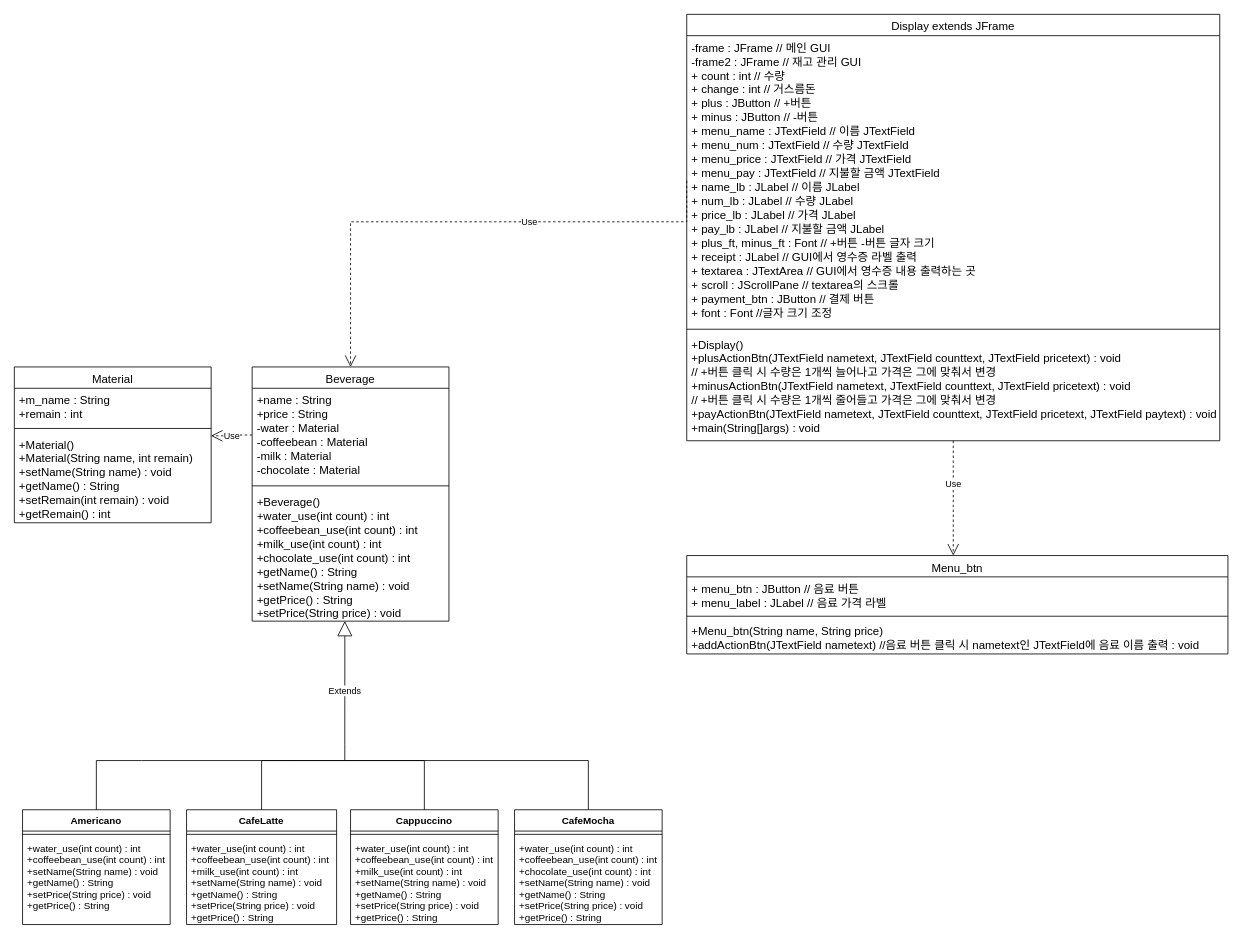
The draw.io diagram Untitled Diagram.drawio in ans2568/Messenger, before the edit. Source tidied: cells renumbered, new cells numbered last; positions are measured from the earlier drawing's top-left corner, leaving out a move shared by most shapes. Both pictures are drawn from the tidied source at 82%, with x=0, y=0 at pixel (14, 14).
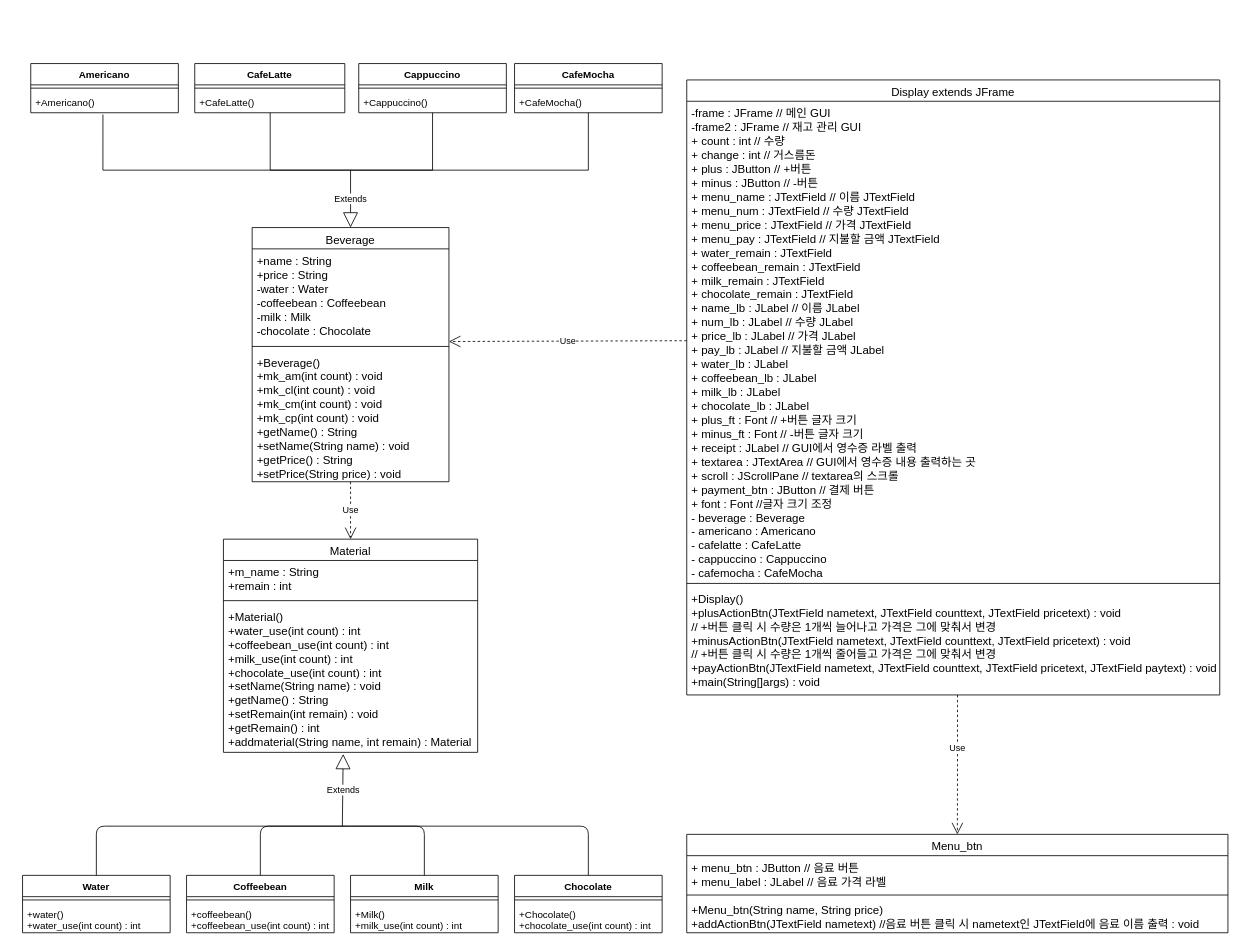
The same page after the edit.

The edit, as a diff of the source:
```diff
@@
     <mxCell id="2" value="Beverage" style="swimlane;fontStyle=0;align=center;verticalAlign=top;horizontal=1;startSize=26;rounded=0;shadow=0;strokeWidth=1;fontSize=14;" parent="1" vertex="1">
-      <mxGeometry x="290" y="430" width="240" height="310" as="geometry" />
+      <mxGeometry x="290" y="260" width="240" height="310" as="geometry" />
     </mxCell>
-    <mxCell id="3" value="+name : String&#10;+price : String&#10;-water : Material&#10;-coffeebean : Material&#10;-milk : Material&#10;-chocolate : Material" style="text;align=left;verticalAlign=top;spacingLeft=4;spacingRight=4;overflow=hidden;points=[[0,0.5],[1,0.5]];portConstraint=eastwest;fontSize=14;" parent="2" vertex="1">
+    <mxCell id="3" value="+name : String&#10;+price : String&#10;-water : Water&#10;-coffeebean : Coffeebean&#10;-milk : Milk&#10;-chocolate : Chocolate" style="text;align=left;verticalAlign=top;spacingLeft=4;spacingRight=4;overflow=hidden;points=[[0,0.5],[1,0.5]];portConstraint=eastwest;fontSize=14;" parent="2" vertex="1">
       <mxGeometry y="26" width="240" height="114" as="geometry" />
     </mxCell>
@@
-    <mxCell id="5" value="+Beverage()&#10;+water_use(int count) : int&#10;+coffeebean_use(int count) : int&#10;+milk_use(int count) : int&#10;+chocolate_use(int count) : int&#10;+getName() : String&#10;+setName(String name) : void&#10;+getPrice() : String&#10;+setPrice(String price) : void" style="text;align=left;verticalAlign=top;spacingLeft=4;spacingRight=4;overflow=hidden;points=[[0,0.5],[1,0.5]];portConstraint=eastwest;fontSize=14;" parent="2" vertex="1">
+    <mxCell id="5" value="+Beverage()&#10;+mk_am(int count) : void&#10;+mk_cl(int count) : void&#10;+mk_cm(int count) : void&#10;+mk_cp(int count) : void&#10;+getName() : String&#10;+setName(String name) : void&#10;+getPrice() : String&#10;+setPrice(String price) : void" style="text;align=left;verticalAlign=top;spacingLeft=4;spacingRight=4;overflow=hidden;points=[[0,0.5],[1,0.5]];portConstraint=eastwest;fontSize=14;" parent="2" vertex="1">
       <mxGeometry y="150" width="240" height="160" as="geometry" />
     </mxCell>
     <mxCell id="6" value="Display extends JFrame" style="swimlane;fontStyle=0;align=center;verticalAlign=top;horizontal=1;startSize=26;rounded=0;shadow=0;strokeWidth=1;fontSize=14;" parent="1" vertex="1">
-      <mxGeometry x="820" width="650" height="520" as="geometry" />
+      <mxGeometry x="820" y="80" width="650" height="750" as="geometry" />
     </mxCell>
-    <mxCell id="7" value="-frame : JFrame // 메인 GUI&#10;-frame2 : JFrame // 재고 관리 GUI&#10;+ count : int // 수량&#10;+ change : int // 거스름돈&#10;+ plus : JButton // +버튼&#10;+ minus : JButton // -버튼&#10;+ menu_name : JTextField // 이름 JTextField&#10;+ menu_num : JTextField // 수량 JTextField&#10;+ menu_price : JTextField // 가격 JTextField&#10;+ menu_pay : JTextField // 지불할 금액 JTextField&#10;+ name_lb : JLabel // 이름 JLabel&#10;+ num_lb : JLabel // 수량 JLabel&#10;+ price_lb : JLabel // 가격 JLabel&#10;+ pay_lb : JLabel // 지불할 금액 JLabel&#10;+ plus_ft, minus_ft : Font // +버튼 -버튼 글자 크기&#10;+ receipt : JLabel // GUI에서 영수증 라벨 출력&#10;+ textarea : JTextArea // GUI에서 영수증 내용 출력하는 곳&#10;+ scroll : JScrollPane // textarea의 스크롤&#10;+ payment_btn : JButton // 결제 버튼&#10;+ font : Font //글자 크기 조정" style="text;align=left;verticalAlign=top;spacingLeft=4;spacingRight=4;overflow=hidden;points=[[0,0.5],[1,0.5]];portConstraint=eastwest;fontSize=14;" parent="6" vertex="1">
-      <mxGeometry y="26" width="650" height="354" as="geometry" />
+    <mxCell id="7" value="-frame : JFrame // 메인 GUI&#10;-frame2 : JFrame // 재고 관리 GUI&#10;+ count : int // 수량&#10;+ change : int // 거스름돈&#10;+ plus : JButton // +버튼&#10;+ minus : JButton // -버튼&#10;+ menu_name : JTextField // 이름 JTextField&#10;+ menu_num : JTextField // 수량 JTextField&#10;+ menu_price : JTextField // 가격 JTextField&#10;+ menu_pay : JTextField // 지불할 금액 JTextField&#10;+ water_remain : JTextField&#10;+ coffeebean_remain : JTextField&#10;+ milk_remain : JTextField&#10;+ chocolate_remain : JTextField&#10;+ name_lb : JLabel // 이름 JLabel&#10;+ num_lb : JLabel // 수량 JLabel&#10;+ price_lb : JLabel // 가격 JLabel&#10;+ pay_lb : JLabel // 지불할 금액 JLabel&#10;+ water_lb : JLabel&#10;+ coffeebean_lb : JLabel&#10;+ milk_lb : JLabel&#10;+ chocolate_lb : JLabel&#10;+ plus_ft : Font // +버튼 글자 크기&#10;+ minus_ft : Font // -버튼 글자 크기&#10;+ receipt : JLabel // GUI에서 영수증 라벨 출력&#10;+ textarea : JTextArea // GUI에서 영수증 내용 출력하는 곳&#10;+ scroll : JScrollPane // textarea의 스크롤&#10;+ payment_btn : JButton // 결제 버튼&#10;+ font : Font //글자 크기 조정&#10;- beverage : Beverage&#10;- americano : Americano&#10;- cafelatte : CafeLatte&#10;- cappuccino : Cappuccino&#10;- cafemocha : CafeMocha" style="text;align=left;verticalAlign=top;spacingLeft=4;spacingRight=4;overflow=hidden;points=[[0,0.5],[1,0.5]];portConstraint=eastwest;fontSize=14;" parent="6" vertex="1">
+      <mxGeometry y="26" width="650" height="584" as="geometry" />
     </mxCell>
     <mxCell id="8" style="line;html=1;strokeWidth=1;align=left;verticalAlign=middle;spacingTop=-1;spacingLeft=3;spacingRight=3;labelPosition=right;fontSize=14;" parent="6" vertex="1">
-      <mxGeometry y="380" width="650" height="8" as="geometry" />
+      <mxGeometry y="610" width="650" height="8" as="geometry" />
     </mxCell>
     <mxCell id="9" value="+Display()&#10;+plusActionBtn(JTextField nametext, JTextField counttext, JTextField pricetext) : void&#10;// +버튼 클릭 시 수량은 1개씩 늘어나고 가격은 그에 맞춰서 변경&#10;+minusActionBtn(JTextField nametext, JTextField counttext, JTextField pricetext) : void&#10;// +버튼 클릭 시 수량은 1개씩 줄어들고 가격은 그에 맞춰서 변경&#10;+payActionBtn(JTextField nametext, JTextField counttext, JTextField pricetext, JTextField paytext) : void&#10;+main(String[]args) : void" style="text;strokeColor=none;fillColor=none;align=left;verticalAlign=top;spacingLeft=4;spacingRight=4;overflow=hidden;points=[[0,0.5],[1,0.5]];portConstraint=eastwest;fontSize=14;" parent="6" vertex="1">
-      <mxGeometry y="388" width="650" height="132" as="geometry" />
+      <mxGeometry y="618" width="650" height="132" as="geometry" />
     </mxCell>
     <mxCell id="10" value="Menu_btn" style="swimlane;fontStyle=0;align=center;verticalAlign=top;horizontal=1;startSize=26;rounded=0;shadow=0;strokeWidth=1;fontSize=14;" parent="1" vertex="1">
-      <mxGeometry x="820" y="660" width="660" height="120" as="geometry" />
+      <mxGeometry x="820" y="1000" width="660" height="120" as="geometry" />
     </mxCell>
@@
     <mxCell id="14" value="Americano" style="swimlane;fontStyle=1;align=center;verticalAlign=top;horizontal=1;startSize=26;" parent="1" vertex="1">
-      <mxGeometry x="10" y="970" width="180" height="140" as="geometry" />
+      <mxGeometry x="20" y="60" width="180" height="60" as="geometry" />
     </mxCell>
@@
-    <mxCell id="16" value="+water_use(int count) : int&#10;+coffeebean_use(int count) : int&#10;+setName(String name) : void&#10;+getName() : String&#10;+setPrice(String price) : void&#10;+getPrice() : String" style="text;strokeColor=none;fillColor=none;align=left;verticalAlign=top;spacingLeft=4;spacingRight=4;overflow=hidden;points=[[0,0.5],[1,0.5]];portConstraint=eastwest;" parent="14" vertex="1">
-      <mxGeometry y="34" width="180" height="106" as="geometry" />
+    <mxCell id="16" value="+Americano()" style="text;strokeColor=none;fillColor=none;align=left;verticalAlign=top;spacingLeft=4;spacingRight=4;overflow=hidden;points=[[0,0.5],[1,0.5]];portConstraint=eastwest;" parent="14" vertex="1">
+      <mxGeometry y="34" width="180" height="26" as="geometry" />
     </mxCell>
     <mxCell id="17" value="CafeLatte" style="swimlane;fontStyle=1;align=center;verticalAlign=top;horizontal=1;startSize=26;" parent="1" vertex="1">
-      <mxGeometry x="210" y="970" width="183" height="140" as="geometry" />
+      <mxGeometry x="220" y="60" width="183" height="60" as="geometry" />
     </mxCell>
@@
-    <mxCell id="19" value="+water_use(int count) : int&#10;+coffeebean_use(int count) : int&#10;+milk_use(int count) : int&#10;+setName(String name) : void&#10;+getName() : String&#10;+setPrice(String price) : void&#10;+getPrice() : String" style="text;strokeColor=none;fillColor=none;align=left;verticalAlign=top;spacingLeft=4;spacingRight=4;overflow=hidden;" parent="17" vertex="1">
-      <mxGeometry y="34" width="183" height="106" as="geometry" />
+    <mxCell id="19" value="+CafeLatte()" style="text;strokeColor=none;fillColor=none;align=left;verticalAlign=top;spacingLeft=4;spacingRight=4;overflow=hidden;" parent="17" vertex="1">
+      <mxGeometry y="34" width="183" height="26" as="geometry" />
     </mxCell>
     <mxCell id="20" value="Cappuccino" style="swimlane;fontStyle=1;align=center;verticalAlign=top;horizontal=1;startSize=26;" parent="1" vertex="1">
-      <mxGeometry x="410" y="970" width="180" height="140" as="geometry" />
+      <mxGeometry x="420" y="60" width="180" height="60" as="geometry" />
     </mxCell>
@@
-    <mxCell id="22" value="+water_use(int count) : int&#10;+coffeebean_use(int count) : int&#10;+milk_use(int count) : int&#10;+setName(String name) : void&#10;+getName() : String&#10;+setPrice(String price) : void&#10;+getPrice() : String" style="text;strokeColor=none;fillColor=none;align=left;verticalAlign=top;spacingLeft=4;spacingRight=4;overflow=hidden;" parent="20" vertex="1">
-      <mxGeometry y="34" width="180" height="106" as="geometry" />
+    <mxCell id="22" value="+Cappuccino()" style="text;strokeColor=none;fillColor=none;align=left;verticalAlign=top;spacingLeft=4;spacingRight=4;overflow=hidden;" parent="20" vertex="1">
+      <mxGeometry y="34" width="180" height="26" as="geometry" />
     </mxCell>
     <mxCell id="23" value="CafeMocha" style="swimlane;fontStyle=1;align=center;verticalAlign=top;horizontal=1;startSize=26;" parent="1" vertex="1">
-      <mxGeometry x="610" y="970" width="180" height="140" as="geometry" />
+      <mxGeometry x="610" y="60" width="180" height="60" as="geometry" />
     </mxCell>
@@
-    <mxCell id="25" value="+water_use(int count) : int&#10;+coffeebean_use(int count) : int&#10;+chocolate_use(int count) : int&#10;+setName(String name) : void&#10;+getName() : String&#10;+setPrice(String price) : void&#10;+getPrice() : String" style="text;strokeColor=none;fillColor=none;align=left;verticalAlign=top;spacingLeft=4;spacingRight=4;overflow=hidden;" parent="23" vertex="1">
-      <mxGeometry y="34" width="180" height="106" as="geometry" />
+    <mxCell id="25" value="+CafeMocha()" style="text;strokeColor=none;fillColor=none;align=left;verticalAlign=top;spacingLeft=4;spacingRight=4;overflow=hidden;" parent="23" vertex="1">
+      <mxGeometry y="34" width="180" height="26" as="geometry" />
     </mxCell>
     <mxCell id="26" value="Material" style="swimlane;fontStyle=0;align=center;verticalAlign=top;horizontal=1;startSize=26;rounded=0;shadow=0;strokeWidth=1;fontSize=14;" parent="1" vertex="1">
-      <mxGeometry y="430" width="240" height="190" as="geometry" />
+      <mxGeometry x="255" y="640" width="310" height="260" as="geometry" />
     </mxCell>
     <mxCell id="27" value="+m_name : String&#10;+remain : int" style="text;align=left;verticalAlign=top;spacingLeft=4;spacingRight=4;overflow=hidden;fontSize=14;" parent="26" vertex="1">
-      <mxGeometry y="26" width="240" height="44" as="geometry" />
+      <mxGeometry y="26" width="310" height="44" as="geometry" />
     </mxCell>
     <mxCell id="28" style="line;html=1;strokeWidth=1;align=left;verticalAlign=middle;spacingTop=-1;spacingLeft=3;spacingRight=3;labelPosition=right;fontSize=14;" parent="26" vertex="1">
-      <mxGeometry y="70" width="240" height="10" as="geometry" />
+      <mxGeometry y="70" width="310" height="10" as="geometry" />
     </mxCell>
-    <mxCell id="29" value="+Material()&#10;+Material(String name, int remain)&#10;+setName(String name) : void&#10;+getName() : String&#10;+setRemain(int remain) : void&#10;+getRemain() : int" style="text;align=left;verticalAlign=top;spacingLeft=4;spacingRight=4;overflow=hidden;points=[[0,0.5],[1,0.5]];portConstraint=eastwest;fontSize=14;" parent="26" vertex="1">
-      <mxGeometry y="80" width="240" height="110" as="geometry" />
+    <mxCell id="29" value="+Material()&#10;+water_use(int count) : int&#10;+coffeebean_use(int count) : int&#10;+milk_use(int count) : int&#10;+chocolate_use(int count) : int&#10;+setName(String name) : void&#10;+getName() : String&#10;+setRemain(int remain) : void&#10;+getRemain() : int&#10;+addmaterial(String name, int remain) : Material" style="text;align=left;verticalAlign=top;spacingLeft=4;spacingRight=4;overflow=hidden;points=[[0,0.5],[1,0.5]];portConstraint=eastwest;fontSize=14;" parent="26" vertex="1">
+      <mxGeometry y="80" width="310" height="180" as="geometry" />
     </mxCell>
-    <mxCell id="30" value="Extends" style="endArrow=block;endSize=16;endFill=0;html=1;rounded=0;edgeStyle=orthogonalEdgeStyle;entryX=0.471;entryY=0.999;entryDx=0;entryDy=0;entryPerimeter=0;" parent="1" edge="1" target="5">
-      <mxGeometry relative="1" as="geometry">
-        <mxPoint x="403" y="910" as="sourcePoint" />
-        <Array as="points">
-          <mxPoint x="403" y="890" />
-          <mxPoint x="403" y="890" />
-        </Array>
-      </mxGeometry>
-    </mxCell>
-    <mxCell id="31" style="endArrow=none;html=1;rounded=0;edgeStyle=orthogonalEdgeStyle;exitX=0.5;exitY=0;exitDx=0;exitDy=0;entryX=0.5;entryY=0;entryDx=0;entryDy=0;" parent="1" edge="1" source="14" target="23">
+    <mxCell id="31" style="endArrow=none;html=1;rounded=0;edgeStyle=orthogonalEdgeStyle;exitX=0.489;exitY=1.083;exitDx=0;exitDy=0;exitPerimeter=0;" parent="1" edge="1" source="16">
       <mxGeometry relative="1" as="geometry">
+        <mxPoint x="700" y="120" as="targetPoint" />
         <Array as="points">
-          <mxPoint x="155" y="910" />
-          <mxPoint x="695" y="910" />
+          <mxPoint x="108" y="190" />
+          <mxPoint x="700" y="190" />
         </Array>
       </mxGeometry>
     </mxCell>
-    <mxCell id="32" style="endArrow=none;html=1;rounded=0;edgeStyle=orthogonalEdgeStyle;exitX=0.5;exitY=0;exitDx=0;exitDy=0;entryX=0.5;entryY=0;entryDx=0;entryDy=0;" parent="1" edge="1" source="17" target="20">
+    <mxCell id="32" style="endArrow=none;html=1;rounded=0;edgeStyle=orthogonalEdgeStyle;" parent="1" edge="1">
       <mxGeometry relative="1" as="geometry">
+        <mxPoint x="312" y="120" as="sourcePoint" />
+        <mxPoint x="510" y="120" as="targetPoint" />
         <Array as="points">
-          <mxPoint x="335" y="910" />
-          <mxPoint x="515" y="910" />
+          <mxPoint x="312" y="190" />
+          <mxPoint x="510" y="190" />
         </Array>
       </mxGeometry>
     </mxCell>
-    <mxCell id="33" value="Use" style="endArrow=open;endSize=12;dashed=1;html=1;rounded=0;edgeStyle=orthogonalEdgeStyle;exitX=0;exitY=0.5;exitDx=0;exitDy=0;entryX=0.999;entryY=0.036;entryDx=0;entryDy=0;entryPerimeter=0;" parent="1" edge="1" source="3" target="29">
-      <mxGeometry relative="1" as="geometry" />
-    </mxCell>
-    <mxCell id="34" value="Use" style="endArrow=open;endSize=12;dashed=1;html=1;rounded=0;edgeStyle=orthogonalEdgeStyle;exitX=0;exitY=0.5;exitDx=0;exitDy=0;entryX=0.5;entryY=0;entryDx=0;entryDy=0;" parent="1" edge="1" source="7" target="2">
-      <mxGeometry x="-0.24" relative="1" as="geometry">
-        <Array as="points">
-          <mxPoint x="410" y="253" />
-          <mxPoint x="410" y="430" />
-        </Array>
-      </mxGeometry>
-    </mxCell>
-    <mxCell id="35" value="Use" style="endArrow=open;endSize=12;dashed=1;html=1;rounded=0;edgeStyle=orthogonalEdgeStyle;exitX=0.5;exitY=1;exitDx=0;exitDy=0;exitPerimeter=0;" parent="1" edge="1" source="9">
-      <mxGeometry x="-0.24" relative="1" as="geometry">
-        <mxPoint x="1145" y="660" as="targetPoint" />
-        <Array as="points">
-          <mxPoint x="1145" y="550" />
-          <mxPoint x="1145" y="550" />
-        </Array>
-      </mxGeometry>
-    </mxCell>
+    <mxCell id="36" value="Water" style="swimlane;fontStyle=1;align=center;verticalAlign=top;horizontal=1;startSize=26;" parent="1" vertex="1">
+      <mxGeometry x="10" y="1050" width="180" height="70" as="geometry" />
+    </mxCell>
+    <mxCell id="37" style="line;strokeWidth=1;fillColor=none;align=left;verticalAlign=middle;spacingTop=-1;spacingLeft=3;spacingRight=3;labelPosition=right;" parent="36" vertex="1">
+      <mxGeometry y="26" width="180" height="8" as="geometry" />
+    </mxCell>
+    <mxCell id="38" value="+water()&#10;+water_use(int count) : int" style="text;strokeColor=none;fillColor=none;align=left;verticalAlign=top;spacingLeft=4;spacingRight=4;overflow=hidden;" parent="36" vertex="1">
+      <mxGeometry y="34" width="180" height="36" as="geometry" />
+    </mxCell>
+    <mxCell id="39" value="Coffeebean" style="swimlane;fontStyle=1;align=center;verticalAlign=top;horizontal=1;startSize=26;" parent="1" vertex="1">
+      <mxGeometry x="210" y="1050" width="180" height="70" as="geometry" />
+    </mxCell>
+    <mxCell id="40" style="line;strokeWidth=1;fillColor=none;align=left;verticalAlign=middle;spacingTop=-1;spacingLeft=3;spacingRight=3;labelPosition=right;" parent="39" vertex="1">
+      <mxGeometry y="26" width="180" height="8" as="geometry" />
+    </mxCell>
+    <mxCell id="41" value="+coffeebean()&#10;+coffeebean_use(int count) : int" style="text;strokeColor=none;fillColor=none;align=left;verticalAlign=top;spacingLeft=4;spacingRight=4;overflow=hidden;" parent="39" vertex="1">
+      <mxGeometry y="34" width="180" height="36" as="geometry" />
+    </mxCell>
+    <mxCell id="42" value="Milk" style="swimlane;fontStyle=1;align=center;verticalAlign=top;horizontal=1;startSize=26;" parent="1" vertex="1">
+      <mxGeometry x="410" y="1050" width="180" height="70" as="geometry" />
+    </mxCell>
+    <mxCell id="43" style="line;strokeWidth=1;fillColor=none;align=left;verticalAlign=middle;spacingTop=-1;spacingLeft=3;spacingRight=3;labelPosition=right;" parent="42" vertex="1">
+      <mxGeometry y="26" width="180" height="8" as="geometry" />
+    </mxCell>
+    <mxCell id="44" value="+Milk()&#10;+milk_use(int count) : int" style="text;strokeColor=none;fillColor=none;align=left;verticalAlign=top;spacingLeft=4;spacingRight=4;overflow=hidden;" parent="42" vertex="1">
+      <mxGeometry y="34" width="180" height="36" as="geometry" />
+    </mxCell>
+    <mxCell id="45" value="Chocolate" style="swimlane;fontStyle=1;align=center;verticalAlign=top;horizontal=1;startSize=26;" parent="1" vertex="1">
+      <mxGeometry x="610" y="1050" width="180" height="70" as="geometry" />
+    </mxCell>
+    <mxCell id="46" style="line;strokeWidth=1;fillColor=none;align=left;verticalAlign=middle;spacingTop=-1;spacingLeft=3;spacingRight=3;labelPosition=right;" parent="45" vertex="1">
+      <mxGeometry y="26" width="180" height="8" as="geometry" />
+    </mxCell>
+    <mxCell id="47" value="+Chocolate()&#10;+chocolate_use(int count) : int" style="text;strokeColor=none;fillColor=none;align=left;verticalAlign=top;spacingLeft=4;spacingRight=4;overflow=hidden;" parent="45" vertex="1">
+      <mxGeometry y="34" width="180" height="36" as="geometry" />
+    </mxCell>
+    <mxCell id="48" value="Extends" style="endArrow=block;endSize=16;endFill=0;html=1;entryX=0.471;entryY=1.011;entryDx=0;entryDy=0;entryPerimeter=0;" parent="1" edge="1" target="29">
+      <mxGeometry relative="1" as="geometry">
+        <mxPoint x="400" y="990" as="sourcePoint" />
+      </mxGeometry>
+    </mxCell>
+    <mxCell id="49" style="endArrow=none;html=1;exitX=0.5;exitY=0;exitDx=0;exitDy=0;entryX=0.5;entryY=0;entryDx=0;entryDy=0;" parent="1" edge="1" source="36" target="45">
+      <mxGeometry relative="1" as="geometry">
+        <Array as="points">
+          <mxPoint x="100" y="990" />
+          <mxPoint x="400" y="990" />
+          <mxPoint x="700" y="990" />
+        </Array>
+      </mxGeometry>
+    </mxCell>
+    <mxCell id="50" style="endArrow=none;html=1;exitX=0.5;exitY=0;exitDx=0;exitDy=0;entryX=0.5;entryY=0;entryDx=0;entryDy=0;" parent="1" edge="1" source="39" target="42">
+      <mxGeometry relative="1" as="geometry">
+        <Array as="points">
+          <mxPoint x="300" y="990" />
+          <mxPoint x="400" y="990" />
+          <mxPoint x="500" y="990" />
+        </Array>
+      </mxGeometry>
+    </mxCell>
+    <mxCell id="51" value="Extends" style="endArrow=block;endSize=16;endFill=0;html=1;entryX=0.5;entryY=0;entryDx=0;entryDy=0;" parent="1" edge="1" target="2">
+      <mxGeometry relative="1" as="geometry">
+        <mxPoint x="410" y="190" as="sourcePoint" />
+      </mxGeometry>
+    </mxCell>
+    <mxCell id="52" value="Use" style="endArrow=open;endSize=12;dashed=1;html=1;exitX=0.5;exitY=1;exitDx=0;exitDy=0;exitPerimeter=0;entryX=0.5;entryY=0;entryDx=0;entryDy=0;" parent="1" edge="1" source="5" target="26">
+      <mxGeometry relative="1" as="geometry" />
+    </mxCell>
+    <mxCell id="53" value="Use" style="endArrow=open;endSize=12;dashed=1;html=1;exitX=0;exitY=0.5;exitDx=0;exitDy=0;entryX=1;entryY=0.991;entryDx=0;entryDy=0;entryPerimeter=0;" parent="1" edge="1" source="7" target="3">
+      <mxGeometry relative="1" as="geometry" />
+    </mxCell>
+    <mxCell id="54" value="Use" style="endArrow=open;endSize=12;dashed=1;html=1;rounded=0;edgeStyle=orthogonalEdgeStyle;entryX=0.5;entryY=0;entryDx=0;entryDy=0;exitX=0.508;exitY=1;exitDx=0;exitDy=0;exitPerimeter=0;" parent="1" edge="1" source="9" target="10">
+      <mxGeometry x="-0.24" relative="1" as="geometry" />
+    </mxCell>
```
